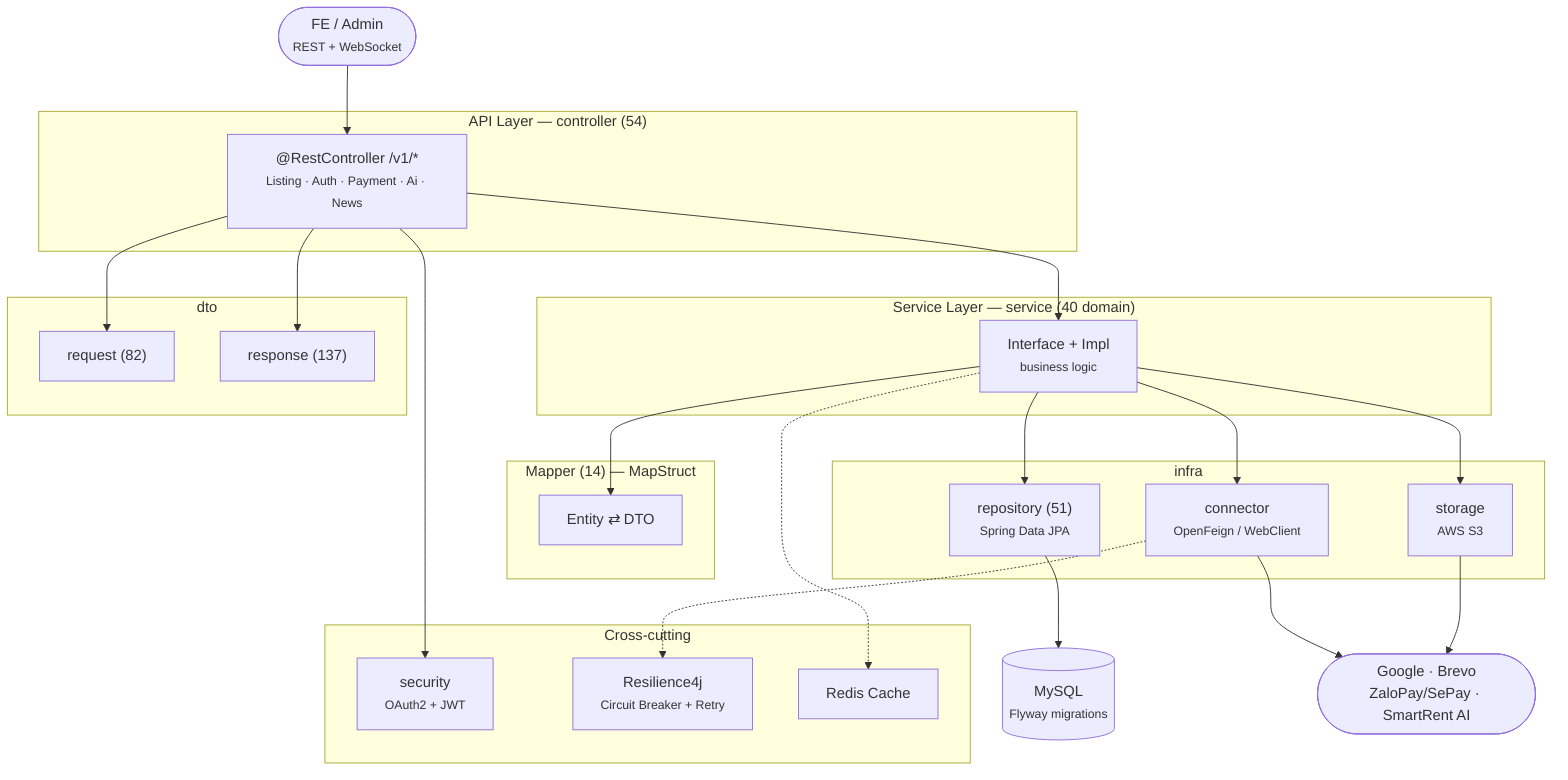
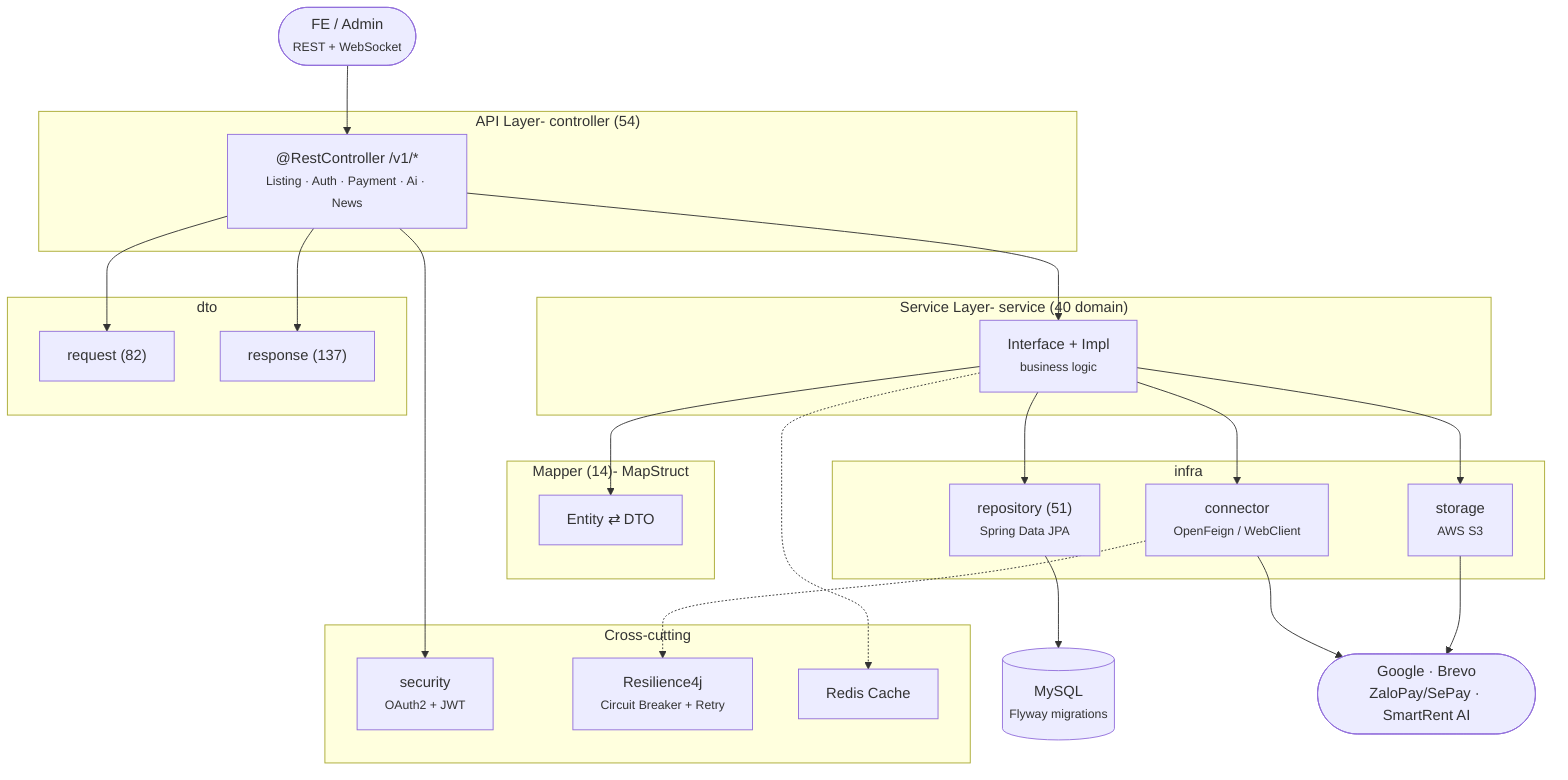
flowchart TB
 Client(["FE / Admin<br/><small>REST + WebSocket</small>"])
-  subgraph API["API Layer — controller (54)"]
+  subgraph API["API Layer- controller (54)"]
 Ctrl["@RestController /v1/*<br/><small>Listing · Auth · Payment · Ai · News</small>"]
 end
 subgraph Sec["Cross-cutting"]
 Security["security<br/><small>OAuth2 + JWT</small>"]
 CB["Resilience4j<br/><small>Circuit Breaker + Retry</small>"]
 Cache["Redis Cache"]
 end
-  subgraph Svc["Service Layer — service (40 domain)"]
+  subgraph Svc["Service Layer- service (40 domain)"]
 SvcI["Interface + Impl<br/><small>business logic</small>"]
 end
-  subgraph Map["Mapper (14) — MapStruct"]
+  subgraph Map["Mapper (14)- MapStruct"]
 Mapper["Entity ⇄ DTO"]
 end
 subgraph DTO["dto"]
 Req["request (82)"]
 Res["response (137)"]
 end
 subgraph Infra["infra"]
 Repo["repository (51)<br/><small>Spring Data JPA</small>"]
 Conn["connector<br/><small>OpenFeign / WebClient</small>"]
 Storage["storage<br/><small>AWS S3</small>"]
 end
 DB[("MySQL<br/><small>Flyway migrations</small>")]
 Ext(["Google · Brevo<br/>ZaloPay/SePay · SmartRent AI"])

 Client --> Ctrl
 Ctrl --> Security
 Ctrl --> SvcI
 SvcI --> Mapper
 Ctrl --> Req
 Ctrl --> Res
 SvcI --> Repo
 SvcI --> Conn
 SvcI --> Storage
 SvcI -.-> Cache
 Conn -.-> CB
 Repo --> DB
 Conn --> Ext
 Storage --> Ext
